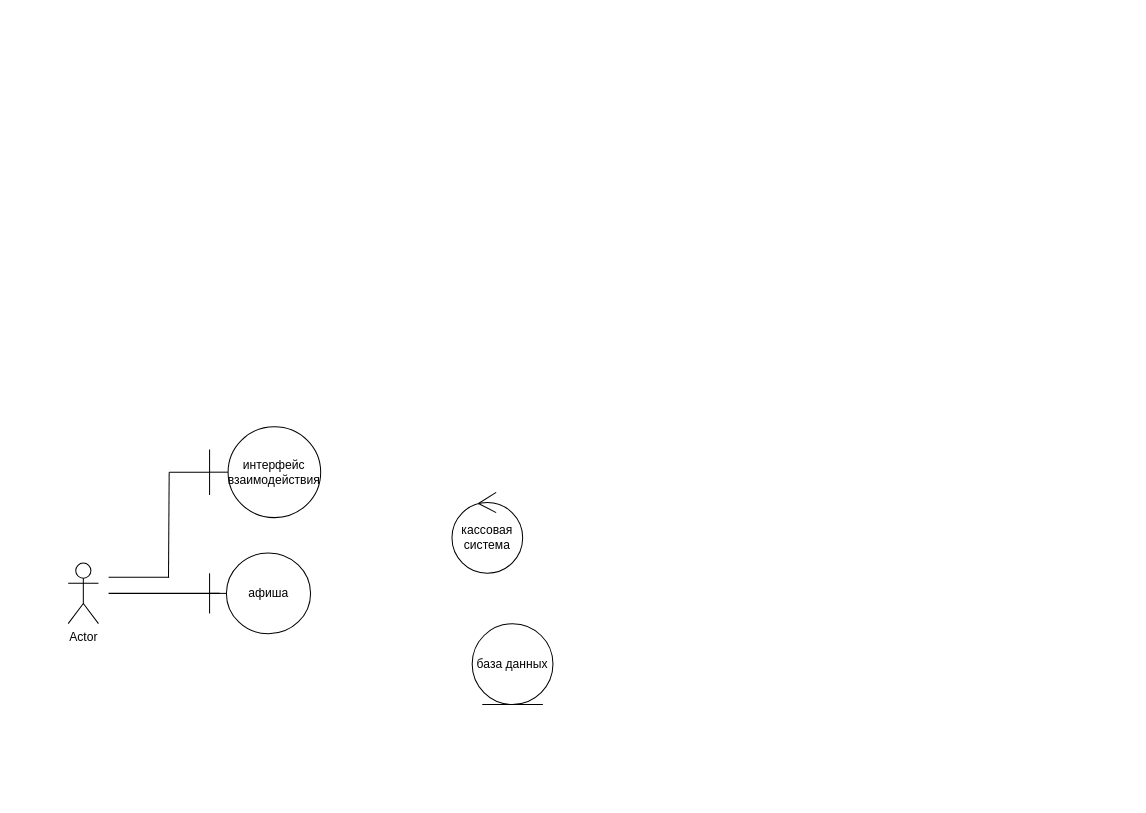
Earlier version of the draw.io diagram page "диаграмма анализа" (3 of 3) of Диаграмма коммуникаций.drawio (ANDaniell/-design-practice). Source tidied: cells renumbered, new cells numbered last; positions are measured from the earlier drawing's top-left corner, leaving out a move shared by most shapes. Both pictures are drawn from the tidied source at 101%, with x=0, y=0 at pixel (68, 426).
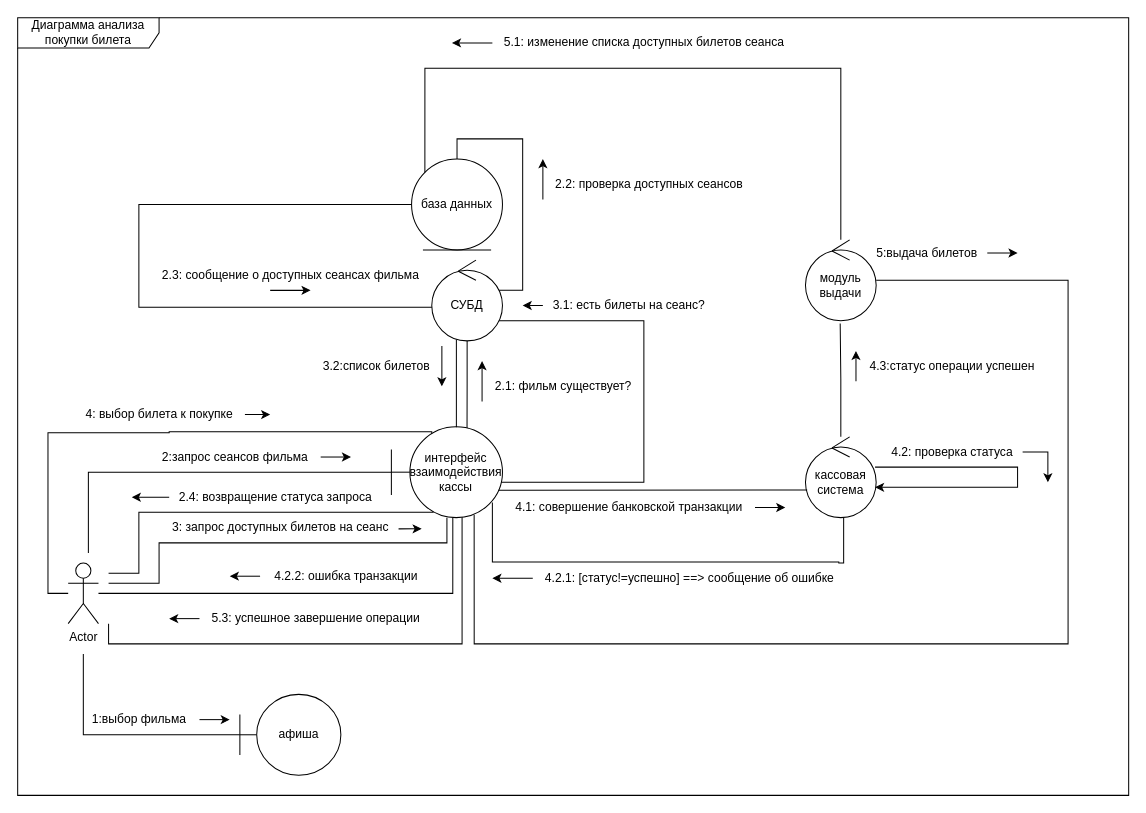
Above is the later version.

Unchanged cells that the change refers to:
```xml
<mxCell id="2" value="Actor" style="shape=umlActor;verticalLabelPosition=bottom;verticalAlign=top;html=1;" parent="1" vertex="1">
  <mxGeometry y="135" width="30" height="60" as="geometry" />
</mxCell>
```

What changed in the source:
```diff
@@
+    <mxCell id="11" style="edgeStyle=orthogonalEdgeStyle;rounded=0;jettySize=auto;html=1;endArrow=none;endFill=0;" parent="1" edge="1" target="5">
+      <mxGeometry relative="1" as="geometry">
+        <mxPoint x="40" y="155" as="sourcePoint" />
+        <Array as="points">
+          <mxPoint x="90" y="155" />
+          <mxPoint x="90" y="115" />
+          <mxPoint x="375" y="115" />
+        </Array>
+      </mxGeometry>
+    </mxCell>
+    <mxCell id="12" style="edgeStyle=orthogonalEdgeStyle;rounded=0;jettySize=auto;html=1;endArrow=none;endFill=0;entryX=0.648;entryY=0.984;entryDx=0;entryDy=0;entryPerimeter=0;" parent="1" edge="1" target="5">
+      <mxGeometry relative="1" as="geometry">
+        <mxPoint x="40" y="195" as="sourcePoint" />
+        <Array as="points">
+          <mxPoint x="40" y="215" />
+          <mxPoint x="390" y="215" />
+          <mxPoint x="390" y="89" />
+        </Array>
+      </mxGeometry>
+    </mxCell>
+    <mxCell id="13" style="edgeStyle=orthogonalEdgeStyle;rounded=0;jettySize=auto;html=1;entryX=0.553;entryY=0.984;entryDx=0;entryDy=0;entryPerimeter=0;endArrow=none;endFill=0;" parent="1" edge="1" source="2" target="5">
+      <mxGeometry relative="1" as="geometry">
+        <Array as="points">
+          <mxPoint x="381" y="165" />
+        </Array>
+      </mxGeometry>
+    </mxCell>
+    <mxCell id="14" style="edgeStyle=orthogonalEdgeStyle;rounded=0;jettySize=auto;html=1;entryX=0.364;entryY=0.167;entryDx=0;entryDy=0;entryPerimeter=0;endArrow=none;endFill=0;" parent="1" edge="1" source="2" target="5">
+      <mxGeometry relative="1" as="geometry">
+        <Array as="points">
+          <mxPoint x="-20" y="165" />
+          <mxPoint x="-20" y="6" />
+          <mxPoint x="100" y="6" />
+          <mxPoint x="360" y="5" />
+        </Array>
+      </mxGeometry>
+    </mxCell>
@@
     <mxCell id="3" value="афиша" style="shape=umlBoundary;whiteSpace=wrap;html=1;" parent="1" vertex="1">
-      <mxGeometry x="140" y="125" width="100" height="80" as="geometry" />
+      <mxGeometry x="170" y="265" width="100" height="80" as="geometry" />
     </mxCell>
-    <mxCell id="4" style="line;strokeWidth=1;fillColor=none;align=left;verticalAlign=middle;spacingTop=-1;spacingLeft=3;spacingRight=3;labelPosition=right;strokeColor=inherit;" parent="1" vertex="1">
-      <mxGeometry x="40" y="161" width="110" height="8" as="geometry" />
-    </mxCell>
+    <mxCell id="15" style="edgeStyle=orthogonalEdgeStyle;rounded=0;jettySize=auto;html=1;endArrow=none;endFill=0;exitX=0.38;exitY=0.941;exitDx=0;exitDy=0;exitPerimeter=0;" parent="1" edge="1" source="5">
+      <mxGeometry relative="1" as="geometry">
+        <mxPoint x="40" y="145" as="targetPoint" />
+        <Array as="points">
+          <mxPoint x="70" y="85" />
+          <mxPoint x="70" y="145" />
+        </Array>
+      </mxGeometry>
+    </mxCell>
+    <mxCell id="16" style="edgeStyle=orthogonalEdgeStyle;rounded=0;orthogonalLoop=1;jettySize=auto;html=1;endArrow=none;endFill=0;" parent="1" edge="1">
+      <mxGeometry relative="1" as="geometry">
+        <mxPoint x="380" y="55" as="sourcePoint" />
+        <mxPoint x="416.7" y="-103" as="targetPoint" />
+        <Array as="points">
+          <mxPoint x="570" y="55" />
+          <mxPoint x="570" y="-105" />
+        </Array>
+      </mxGeometry>
+    </mxCell>
-    <mxCell id="5" value="интерфейс взаимодействия" style="shape=umlBoundary;whiteSpace=wrap;html=1;" parent="1" vertex="1">
-      <mxGeometry x="140" width="110" height="90" as="geometry" />
+    <mxCell id="5" value="интерфейс взаимодействия кассы" style="shape=umlBoundary;whiteSpace=wrap;html=1;" parent="1" vertex="1">
+      <mxGeometry x="320" width="110" height="90" as="geometry" />
     </mxCell>
-    <mxCell id="6" style="line;strokeWidth=1;fillColor=none;align=left;verticalAlign=middle;spacingTop=-1;spacingLeft=3;spacingRight=3;labelPosition=right;points=[];portConstraint=eastwest;strokeColor=inherit;" parent="1" vertex="1">
-      <mxGeometry x="40" y="145" width="60" height="8" as="geometry" />
-    </mxCell>
-    <mxCell id="7" style="endArrow=none;html=1;rounded=0;fontSize=12;startSize=8;endSize=8;curved=1;exitX=0.989;exitY=0.542;exitDx=0;exitDy=0;exitPerimeter=0;" parent="1" edge="1" source="6">
-      <mxGeometry relative="1" as="geometry">
-        <mxPoint x="100" y="45" as="targetPoint" />
-      </mxGeometry>
-    </mxCell>
-    <mxCell id="8" style="line;strokeWidth=1;fillColor=none;align=left;verticalAlign=middle;spacingTop=-1;spacingLeft=3;spacingRight=3;labelPosition=right;strokeColor=inherit;" parent="1" vertex="1">
-      <mxGeometry x="100" y="41" width="40" height="8" as="geometry" />
-    </mxCell>
+    <mxCell id="17" style="edgeStyle=orthogonalEdgeStyle;rounded=0;orthogonalLoop=1;jettySize=auto;html=1;endArrow=none;endFill=0;" parent="1" edge="1">
+      <mxGeometry relative="1" as="geometry">
+        <mxPoint x="767.8" y="38.7" as="sourcePoint" />
+        <mxPoint x="420" y="75" as="targetPoint" />
+        <Array as="points">
+          <mxPoint x="768" y="135" />
+          <mxPoint x="763" y="135" />
+          <mxPoint x="420" y="134" />
+        </Array>
+      </mxGeometry>
+    </mxCell>
     <mxCell id="9" value="кассовая система" style="ellipse;shape=umlControl;whiteSpace=wrap;html=1;" parent="1" vertex="1">
-      <mxGeometry x="380" y="65" width="70" height="80" as="geometry" />
+      <mxGeometry x="730" y="10" width="70" height="80" as="geometry" />
     </mxCell>
     <mxCell id="10" value="база данных" style="ellipse;shape=umlEntity;whiteSpace=wrap;html=1;" parent="1" vertex="1">
-      <mxGeometry x="400" y="195" width="80" height="80" as="geometry" />
+      <mxGeometry x="340" y="-265" width="90" height="90" as="geometry" />
     </mxCell>
+    <mxCell id="18" style="edgeStyle=orthogonalEdgeStyle;rounded=0;jettySize=auto;html=1;" parent="1" edge="1" source="19">
+      <mxGeometry relative="1" as="geometry">
+        <mxPoint x="160" y="290" as="targetPoint" />
+      </mxGeometry>
+    </mxCell>
+    <mxCell id="19" value="1:выбор фильма" style="text;html=1;align=center;verticalAlign=middle;points=[];strokeColor=none;fillColor=none;" parent="1" vertex="1">
+      <mxGeometry x="10" y="275" width="120" height="30" as="geometry" />
+    </mxCell>
+    <mxCell id="20" style="edgeStyle=orthogonalEdgeStyle;rounded=0;jettySize=auto;html=1;" parent="1" edge="1" source="21">
+      <mxGeometry relative="1" as="geometry">
+        <mxPoint x="280" y="30" as="targetPoint" />
+      </mxGeometry>
+    </mxCell>
+    <mxCell id="21" value="2:запрос сеансов фильма" style="text;html=1;align=center;verticalAlign=middle;points=[];strokeColor=none;fillColor=none;" parent="1" vertex="1">
+      <mxGeometry x="80" y="15" width="170" height="30" as="geometry" />
+    </mxCell>
+    <mxCell id="22" value="2.1: фильм существует?" style="text;html=1;align=center;verticalAlign=middle;strokeColor=none;fillColor=none;" parent="1" vertex="1">
+      <mxGeometry x="410" y="-55" width="160" height="30" as="geometry" />
+    </mxCell>
+    <mxCell id="23" value="2.3: сообщение о доступных сеансах фильма" style="text;html=1;align=center;verticalAlign=middle;strokeColor=none;fillColor=none;" parent="1" vertex="1">
+      <mxGeometry x="80" y="-165" width="280" height="30" as="geometry" />
+    </mxCell>
+    <mxCell id="24" style="edgeStyle=orthogonalEdgeStyle;rounded=0;jettySize=auto;html=1;entryX=0;entryY=0.5;entryDx=0;entryDy=0;entryPerimeter=0;endArrow=none;endFill=0;" parent="1" edge="1" target="5">
+      <mxGeometry relative="1" as="geometry">
+        <mxPoint x="20" y="125" as="sourcePoint" />
+        <Array as="points">
+          <mxPoint x="20" y="125" />
+          <mxPoint x="20" y="45" />
+        </Array>
+      </mxGeometry>
+    </mxCell>
+    <mxCell id="25" style="edgeStyle=orthogonalEdgeStyle;rounded=0;jettySize=auto;html=1;exitX=0.5;exitY=0;exitDx=0;exitDy=0;entryX=0.947;entryY=0.374;entryDx=0;entryDy=0;endArrow=none;endFill=0;entryPerimeter=0;" parent="1" edge="1" source="10" target="39">
+      <mxGeometry relative="1" as="geometry">
+        <Array as="points">
+          <mxPoint x="385" y="-285" />
+          <mxPoint x="450" y="-285" />
+          <mxPoint x="450" y="-135" />
+        </Array>
+      </mxGeometry>
+    </mxCell>
+    <mxCell id="26" value="2.2: проверка доступных сеансов" style="text;html=1;align=center;verticalAlign=middle;strokeColor=none;fillColor=none;" parent="1" vertex="1">
+      <mxGeometry x="470" y="-255" width="210" height="30" as="geometry" />
+    </mxCell>
+    <mxCell id="27" value="2.4: возвращение статуса запроса" style="text;html=1;align=center;verticalAlign=middle;points=[];strokeColor=none;fillColor=none;" parent="1" vertex="1">
+      <mxGeometry x="100" y="55" width="210" height="30" as="geometry" />
+    </mxCell>
+    <mxCell id="28" style="endArrow=classic;html=1;rounded=0;" parent="1" edge="1">
+      <mxGeometry relative="1" as="geometry">
+        <mxPoint x="200" y="-135" as="sourcePoint" />
+        <mxPoint x="240" y="-135" as="targetPoint" />
+      </mxGeometry>
+    </mxCell>
+    <mxCell id="29" style="endArrow=classic;html=1;rounded=0;" parent="1" edge="1">
+      <mxGeometry relative="1" as="geometry">
+        <mxPoint x="409.8" y="-25" as="sourcePoint" />
+        <mxPoint x="409.8" y="-65" as="targetPoint" />
+      </mxGeometry>
+    </mxCell>
+    <mxCell id="30" value="3: запрос доступных билетов на сеанс" style="text;html=1;align=center;verticalAlign=middle;points=[];strokeColor=none;fillColor=none;" parent="1" vertex="1">
+      <mxGeometry x="90" y="85" width="240" height="30" as="geometry" />
+    </mxCell>
+    <mxCell id="31" style="edgeStyle=orthogonalEdgeStyle;rounded=0;jettySize=auto;html=1;" parent="1" edge="1" source="32">
+      <mxGeometry relative="1" as="geometry">
+        <mxPoint x="450" y="-120" as="targetPoint" />
+      </mxGeometry>
+    </mxCell>
+    <mxCell id="32" value="3.1: есть билеты на сеанс?" style="text;html=1;align=center;verticalAlign=middle;points=[];strokeColor=none;fillColor=none;" parent="1" vertex="1">
+      <mxGeometry x="470" y="-135" width="170" height="30" as="geometry" />
+    </mxCell>
+    <mxCell id="33" value="3.2:список билетов" style="text;html=1;align=center;verticalAlign=middle;strokeColor=none;fillColor=none;" parent="1" vertex="1">
+      <mxGeometry x="240" y="-75" width="130" height="30" as="geometry" />
+    </mxCell>
+    <mxCell id="34" style="endArrow=classic;html=1;rounded=0;" parent="1" edge="1">
+      <mxGeometry relative="1" as="geometry">
+        <mxPoint x="370" y="-80" as="sourcePoint" />
+        <mxPoint x="370" y="-40" as="targetPoint" />
+      </mxGeometry>
+    </mxCell>
+    <mxCell id="35" style="endArrow=classic;html=1;rounded=0;exitX=0.988;exitY=0.538;exitDx=0;exitDy=0;exitPerimeter=0;" parent="1" edge="1" source="30">
+      <mxGeometry relative="1" as="geometry">
+        <mxPoint x="350" y="101" as="targetPoint" />
+      </mxGeometry>
+    </mxCell>
+    <mxCell id="36" style="endArrow=classic;html=1;rounded=0;" parent="1" edge="1" source="27">
+      <mxGeometry relative="1" as="geometry">
+        <mxPoint x="63" y="69.8" as="targetPoint" />
+      </mxGeometry>
+    </mxCell>
+    <mxCell id="37" style="endArrow=classic;html=1;rounded=0;" parent="1" edge="1">
+      <mxGeometry relative="1" as="geometry">
+        <mxPoint x="470" y="-225" as="sourcePoint" />
+        <mxPoint x="470" y="-265" as="targetPoint" />
+      </mxGeometry>
+    </mxCell>
+    <mxCell id="38" style="edgeStyle=orthogonalEdgeStyle;rounded=0;jettySize=auto;html=1;endArrow=none;endFill=0;entryX=0.681;entryY=0.014;entryDx=0;entryDy=0;entryPerimeter=0;" parent="1" edge="1" source="39" target="5">
+      <mxGeometry relative="1" as="geometry" />
+    </mxCell>
+    <mxCell id="39" value="СУБД" style="ellipse;shape=umlControl;whiteSpace=wrap;html=1;" parent="1" vertex="1">
+      <mxGeometry x="360" y="-165" width="70" height="80" as="geometry" />
+    </mxCell>
+    <mxCell id="40" style="edgeStyle=orthogonalEdgeStyle;rounded=0;jettySize=auto;html=1;exitX=0.348;exitY=0.982;exitDx=0;exitDy=0;exitPerimeter=0;endArrow=none;endFill=0;entryX=0.585;entryY=0.006;entryDx=0;entryDy=0;entryPerimeter=0;" parent="1" edge="1" source="39" target="5">
+      <mxGeometry relative="1" as="geometry" />
+    </mxCell>
+    <mxCell id="41" style="edgeStyle=orthogonalEdgeStyle;rounded=0;jettySize=auto;html=1;entryX=0.002;entryY=0.584;entryDx=0;entryDy=0;entryPerimeter=0;endArrow=none;endFill=0;" parent="1" edge="1" source="10" target="39">
+      <mxGeometry relative="1" as="geometry">
+        <Array as="points">
+          <mxPoint x="70" y="-220" />
+          <mxPoint x="70" y="-118" />
+        </Array>
+      </mxGeometry>
+    </mxCell>
+    <mxCell id="42" style="endArrow=none;html=1;rounded=0;exitX=0.961;exitY=0.7;exitDx=0;exitDy=0;exitPerimeter=0;entryX=0.024;entryY=0.658;entryDx=0;entryDy=0;entryPerimeter=0;endFill=0;" parent="1" edge="1" source="5" target="9">
+      <mxGeometry relative="1" as="geometry" />
+    </mxCell>
+    <mxCell id="43" style="edgeStyle=orthogonalEdgeStyle;rounded=0;jettySize=auto;html=1;" parent="1" edge="1" source="44">
+      <mxGeometry relative="1" as="geometry">
+        <mxPoint x="710" y="80" as="targetPoint" />
+      </mxGeometry>
+    </mxCell>
+    <mxCell id="44" value="4.1: совершение банковской транзакции" style="text;html=1;align=center;verticalAlign=middle;points=[];strokeColor=none;fillColor=none;" parent="1" vertex="1">
+      <mxGeometry x="430" y="65" width="250" height="30" as="geometry" />
+    </mxCell>
+    <mxCell id="45" style="edgeStyle=orthogonalEdgeStyle;rounded=0;orthogonalLoop=1;jettySize=auto;html=1;" parent="1" edge="1" source="9" target="9">
+      <mxGeometry relative="1" as="geometry">
+        <Array as="points">
+          <mxPoint x="940" y="45" />
+        </Array>
+      </mxGeometry>
+    </mxCell>
+    <mxCell id="46" style="edgeStyle=orthogonalEdgeStyle;rounded=0;jettySize=auto;html=1;" parent="1" edge="1" source="47">
+      <mxGeometry relative="1" as="geometry">
+        <mxPoint x="970" y="55" as="targetPoint" />
+        <Array as="points">
+          <mxPoint x="970" y="25" />
+          <mxPoint x="970" y="45" />
+        </Array>
+      </mxGeometry>
+    </mxCell>
+    <mxCell id="47" value="4.2: проверка статуса" style="text;html=1;align=center;verticalAlign=middle;points=[];strokeColor=none;fillColor=none;" parent="1" vertex="1">
+      <mxGeometry x="805" y="10" width="140" height="30" as="geometry" />
+    </mxCell>
+    <mxCell id="48" style="edgeStyle=orthogonalEdgeStyle;rounded=0;jettySize=auto;html=1;entryX=0.745;entryY=0.967;entryDx=0;entryDy=0;entryPerimeter=0;endArrow=none;endFill=0;" parent="1" edge="1" source="50" target="5">
+      <mxGeometry relative="1" as="geometry">
+        <Array as="points">
+          <mxPoint x="990" y="-145" />
+          <mxPoint x="990" y="215" />
+          <mxPoint x="402" y="215" />
+        </Array>
+      </mxGeometry>
+    </mxCell>
+    <mxCell id="49" style="edgeStyle=orthogonalEdgeStyle;rounded=0;jettySize=auto;html=1;entryX=0;entryY=0;entryDx=0;entryDy=0;endArrow=none;endFill=0;" parent="1" edge="1" source="50" target="10">
+      <mxGeometry relative="1" as="geometry">
+        <Array as="points">
+          <mxPoint x="765" y="-355" />
+          <mxPoint x="353" y="-355" />
+        </Array>
+      </mxGeometry>
+    </mxCell>
+    <mxCell id="50" value="модуль выдачи" style="ellipse;shape=umlControl;whiteSpace=wrap;html=1;" parent="1" vertex="1">
+      <mxGeometry x="730" y="-185" width="70" height="80" as="geometry" />
+    </mxCell>
+    <mxCell id="51" style="edgeStyle=orthogonalEdgeStyle;rounded=0;jettySize=auto;html=1;entryX=0.491;entryY=1.035;entryDx=0;entryDy=0;entryPerimeter=0;endArrow=none;endFill=0;" parent="1" edge="1" source="9" target="50">
+      <mxGeometry relative="1" as="geometry" />
+    </mxCell>
+    <mxCell id="52" style="edgeStyle=orthogonalEdgeStyle;rounded=0;jettySize=auto;html=1;" parent="1" edge="1" source="53">
+      <mxGeometry relative="1" as="geometry">
+        <mxPoint x="940" y="-172" as="targetPoint" />
+      </mxGeometry>
+    </mxCell>
+    <mxCell id="53" value="5:выдача билетов" style="text;html=1;align=center;verticalAlign=middle;points=[];strokeColor=none;fillColor=none;" parent="1" vertex="1">
+      <mxGeometry x="790" y="-187" width="120" height="30" as="geometry" />
+    </mxCell>
+    <mxCell id="54" style="edgeStyle=orthogonalEdgeStyle;rounded=0;orthogonalLoop=1;jettySize=auto;html=1;" parent="1" edge="1">
+      <mxGeometry relative="1" as="geometry">
+        <mxPoint x="780" y="-45" as="sourcePoint" />
+        <mxPoint x="780" y="-75" as="targetPoint" />
+      </mxGeometry>
+    </mxCell>
+    <mxCell id="55" value="4.3:статус операции успешен" style="text;html=1;align=center;verticalAlign=middle;strokeColor=none;fillColor=none;" parent="1" vertex="1">
+      <mxGeometry x="780" y="-75" width="190" height="30" as="geometry" />
+    </mxCell>
+    <mxCell id="56" style="edgeStyle=orthogonalEdgeStyle;rounded=0;jettySize=auto;html=1;" parent="1" edge="1" source="57">
+      <mxGeometry relative="1" as="geometry">
+        <mxPoint x="380" y="-380" as="targetPoint" />
+      </mxGeometry>
+    </mxCell>
+    <mxCell id="57" value="5.1: изменение списка доступных билетов сеанса" style="text;html=1;align=center;verticalAlign=middle;points=[];strokeColor=none;fillColor=none;" parent="1" vertex="1">
+      <mxGeometry x="420" y="-395" width="300" height="30" as="geometry" />
+    </mxCell>
+    <mxCell id="58" style="edgeStyle=orthogonalEdgeStyle;rounded=0;jettySize=auto;html=1;entryX=0;entryY=0.5;entryDx=0;entryDy=0;entryPerimeter=0;endArrow=none;endFill=0;" parent="1" edge="1" target="3">
+      <mxGeometry relative="1" as="geometry">
+        <mxPoint x="15" y="225" as="sourcePoint" />
+        <Array as="points">
+          <mxPoint x="15" y="305" />
+        </Array>
+      </mxGeometry>
+    </mxCell>
+    <mxCell id="59" style="edgeStyle=orthogonalEdgeStyle;rounded=0;jettySize=auto;html=1;" parent="1" edge="1" source="60">
+      <mxGeometry relative="1" as="geometry">
+        <mxPoint x="100" y="190" as="targetPoint" />
+      </mxGeometry>
+    </mxCell>
+    <mxCell id="60" value="5.3: успешное завершение операции" style="text;html=1;align=center;verticalAlign=middle;points=[];strokeColor=none;fillColor=none;" parent="1" vertex="1">
+      <mxGeometry x="130" y="175" width="230" height="30" as="geometry" />
+    </mxCell>
+    <mxCell id="61" style="edgeStyle=orthogonalEdgeStyle;rounded=0;jettySize=auto;html=1;" parent="1" edge="1" source="62">
+      <mxGeometry relative="1" as="geometry">
+        <mxPoint x="420" y="150" as="targetPoint" />
+      </mxGeometry>
+    </mxCell>
+    <mxCell id="62" value="4.2.1: [статус!=успешно] ==&amp;gt; сообщение об ошибке" style="text;html=1;align=center;verticalAlign=middle;points=[];strokeColor=none;fillColor=none;" parent="1" vertex="1">
+      <mxGeometry x="460" y="135" width="310" height="30" as="geometry" />
+    </mxCell>
+    <mxCell id="63" style="edgeStyle=orthogonalEdgeStyle;rounded=0;jettySize=auto;html=1;" parent="1" edge="1" source="64">
+      <mxGeometry relative="1" as="geometry">
+        <mxPoint x="160" y="148" as="targetPoint" />
+      </mxGeometry>
+    </mxCell>
+    <mxCell id="64" value="4.2.2: ошибка транзакции" style="text;html=1;align=center;verticalAlign=middle;points=[];strokeColor=none;fillColor=none;" parent="1" vertex="1">
+      <mxGeometry x="190" y="133" width="170" height="30" as="geometry" />
+    </mxCell>
+    <mxCell id="65" style="edgeStyle=orthogonalEdgeStyle;rounded=0;jettySize=auto;html=1;" parent="1" edge="1" source="66">
+      <mxGeometry relative="1" as="geometry">
+        <mxPoint x="200" y="-12" as="targetPoint" />
+      </mxGeometry>
+    </mxCell>
+    <mxCell id="66" value="4: выбор билета к покупке" style="text;html=1;align=center;verticalAlign=middle;points=[];strokeColor=none;fillColor=none;" parent="1" vertex="1">
+      <mxGeometry x="5" y="-27" width="170" height="30" as="geometry" />
+    </mxCell>
+    <mxCell id="67" value="Диаграмма анализа покупки билета" style="shape=umlFrame;whiteSpace=wrap;html=1;width=140;height=30;" parent="1" vertex="1">
+      <mxGeometry x="-50" y="-405" width="1100" height="770" as="geometry" />
+    </mxCell>
```
